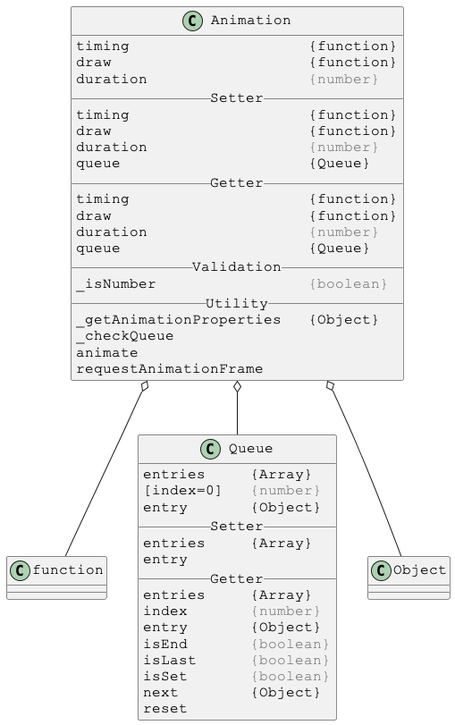
Justin-Byrne/canvasLab keeps this PlantUML diagram as docs/PlantUml/image/linked/Animation-linked.png. Above is the earlier version. The source it was exported from:
```plantuml
@startuml

skinparam DefaultFontSize 16
skinparam DefaultFontName Courier New

class Animation {
timing                    {function}
draw                      {function}
duration                  <color:gray>{number}</color>
__ Setter __
timing                    {function}
draw                      {function}
duration                  <color:gray>{number}</color>
queue                     {Queue}
__ Getter __
timing                    {function}
draw                      {function}
duration                  <color:gray>{number}</color>
queue                     {Queue}
__ Validation __
_isNumber                 <color:gray>{boolean}</color>
__ Utility __
_getAnimationProperties   {Object}
_checkQueue
animate
requestAnimationFrame
}

Animation o-- function
Animation o-- Queue
Animation o-- Object



skinparam DefaultFontSize 16
skinparam DefaultFontName Courier New

class Queue {
entries     {Array}
[index=0]   <color:gray>{number}</color>
entry       {Object}
__ Setter __
entries     {Array}
entry
__ Getter __
entries     {Array}
index       <color:gray>{number}</color>
entry       {Object}
isEnd       <color:gray>{boolean}</color>
isLast      <color:gray>{boolean}</color>
isSet       <color:gray>{boolean}</color>
next        {Object}
reset
}

@enduml
```
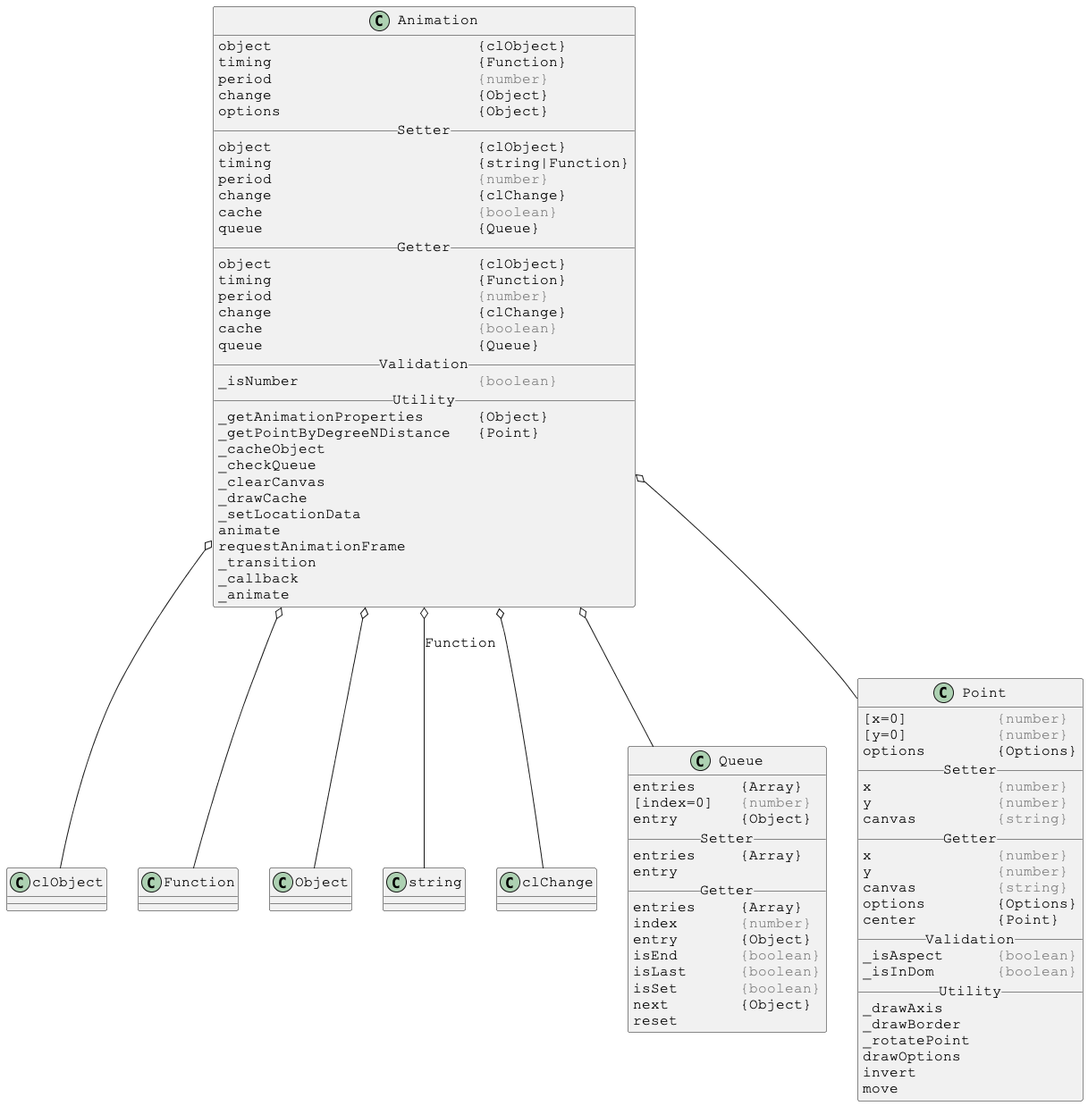
The same file after the commit.

Diff of the diagram source:
```diff
@@ -4,31 +4,49 @@
 skinparam DefaultFontName Courier New
 
 class Animation {
-timing                    {function}
-draw                      {function}
-duration                  <color:gray>{number}</color>
+object                       {clObject}
+timing                       {Function}
+period                       <color:gray>{number}</color>
+change                       {Object}
+options                      {Object}
 __ Setter __
-timing                    {function}
-draw                      {function}
-duration                  <color:gray>{number}</color>
-queue                     {Queue}
+object                       {clObject}
+timing                       {string|Function}
+period                       <color:gray>{number}</color>
+change                       {clChange}
+cache                        <color:gray>{boolean}</color>
+queue                        {Queue}
 __ Getter __
-timing                    {function}
-draw                      {function}
-duration                  <color:gray>{number}</color>
-queue                     {Queue}
+object                       {clObject}
+timing                       {Function}
+period                       <color:gray>{number}</color>
+change                       {clChange}
+cache                        <color:gray>{boolean}</color>
+queue                        {Queue}
 __ Validation __
-_isNumber                 <color:gray>{boolean}</color>
+_isNumber                    <color:gray>{boolean}</color>
 __ Utility __
-_getAnimationProperties   {Object}
+_getAnimationProperties      {Object}
+_getPointByDegreeNDistance   {Point}
+_cacheObject
 _checkQueue
+_clearCanvas
+_drawCache
+_setLocationData
 animate
 requestAnimationFrame
+_transition
+_callback
+_animate
 }
 
-Animation o-- function
+Animation o-- clObject
+Animation o-- Function
+Animation o-- Object
+Animation o-- string : Function
+Animation o-- clChange
 Animation o-- Queue
-Animation o-- Object
+Animation o-- Point
 
 
 
@@ -53,4 +71,35 @@
 reset
 }
 
+
+
+skinparam DefaultFontSize 16
+skinparam DefaultFontName Courier New
+
+class Point {
+[x=0]          <color:gray>{number}</color>
+[y=0]          <color:gray>{number}</color>
+options        {Options}
+__ Setter __
+x              <color:gray>{number}</color>
+y              <color:gray>{number}</color>
+canvas         <color:gray>{string}</color>
+__ Getter __
+x              <color:gray>{number}</color>
+y              <color:gray>{number}</color>
+canvas         <color:gray>{string}</color>
+options        {Options}
+center         {Point}
+__ Validation __
+_isAspect      <color:gray>{boolean}</color>
+_isInDom       <color:gray>{boolean}</color>
+__ Utility __
+_drawAxis
+_drawBorder
+_rotatePoint
+drawOptions
+invert
+move
+}
+
 @enduml
```
